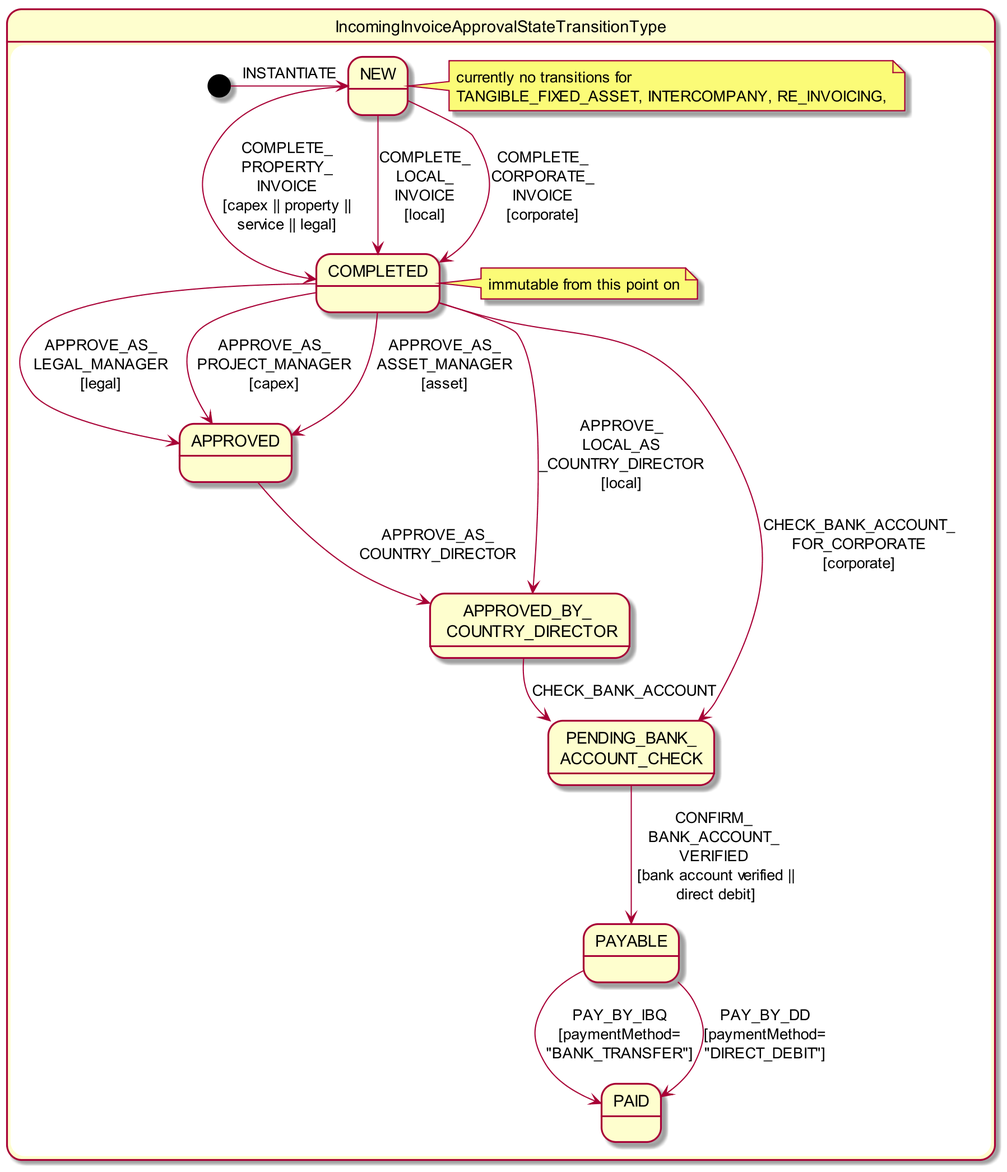
This is adocs/documentation/src/main/asciidoc/incoming-invoice-approval-state-chart.png from estatio/estatio, a PlantUML export, as it was before one commit.
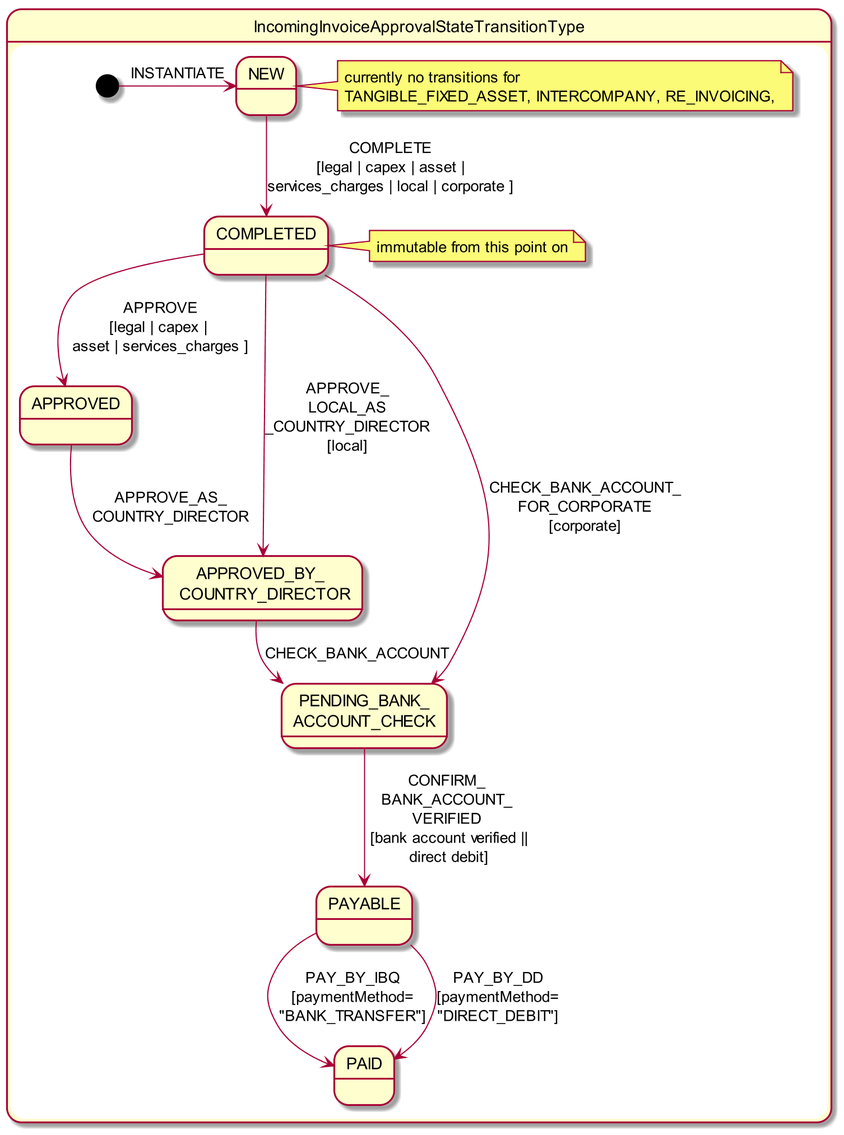
After the change.

Change to the diagram source:
```diff
@@ -20,13 +20,9 @@
 
     [*] -right-> iia_new: INSTANTIATE
 
-    iia_new -down-> iia_completed : COMPLETE_\nPROPERTY_\nINVOICE\n[capex || property ||\nservice || legal]
-    iia_new -down-> iia_completed : COMPLETE_\nLOCAL_\nINVOICE\n[local]
-    iia_new -down-> iia_completed : COMPLETE_\nCORPORATE_\nINVOICE\n[corporate]
+    iia_new -down-> iia_completed : COMPLETE\n[legal | capex | asset |\nservices_charges | local | corporate ]
 
-    iia_completed --> iia_a : APPROVE_AS_\nLEGAL_MANAGER\n[legal]
-    iia_completed --> iia_a : APPROVE_AS_\nPROJECT_MANAGER\n[capex]
-    iia_completed --> iia_a : APPROVE_AS_\nASSET_MANAGER\n[asset]
+    iia_completed --> iia_a : APPROVE\n[legal | capex | \nasset | services_charges ]
 
     iia_completed --> iia_abcd : APPROVE_\nLOCAL_AS\n_COUNTRY_DIRECTOR\n[local]
     iia_completed --> iia_pbac : CHECK_BANK_ACCOUNT_\nFOR_CORPORATE\n[corporate]
```
